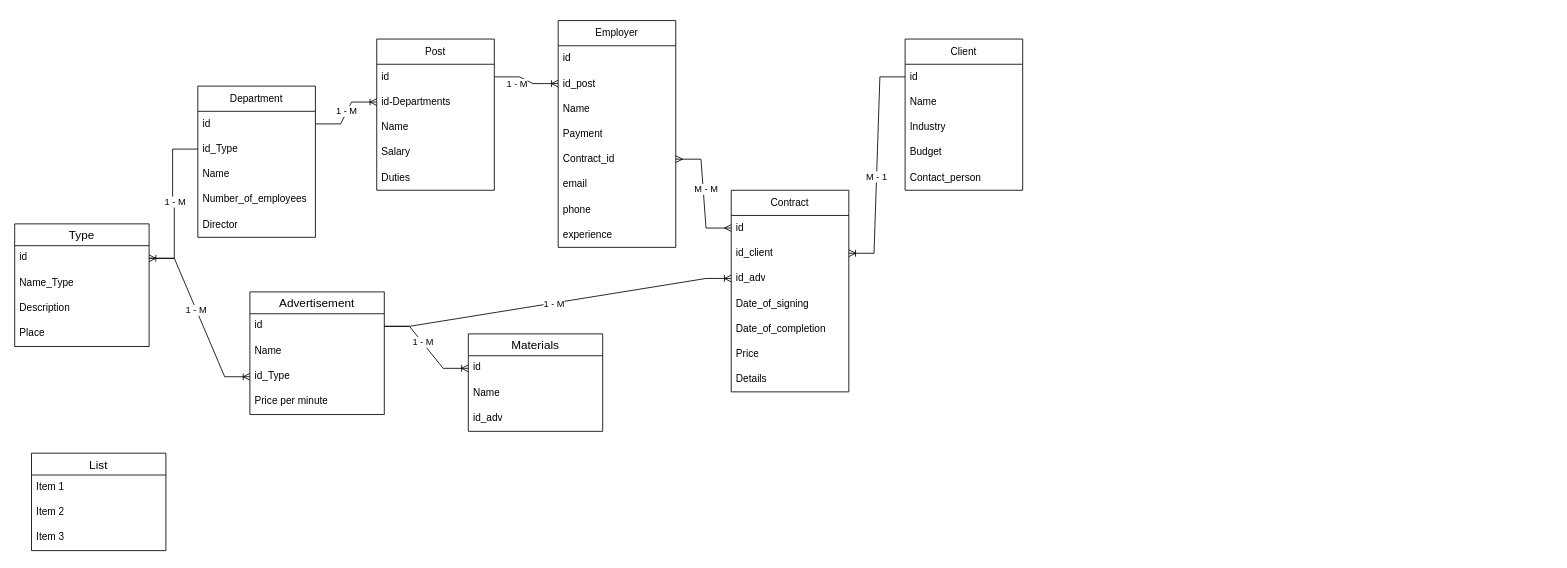
Before: Рекламное агентство.drawio in Aazmandiuc/DataBases, a draw.io diagram. Source tidied: cells renumbered, new cells numbered last; positions are measured from the earlier drawing's top-left corner, leaving out a move shared by most shapes. Both pictures are drawn from the tidied source at 84%, with x=0, y=0 at pixel (14, 20).
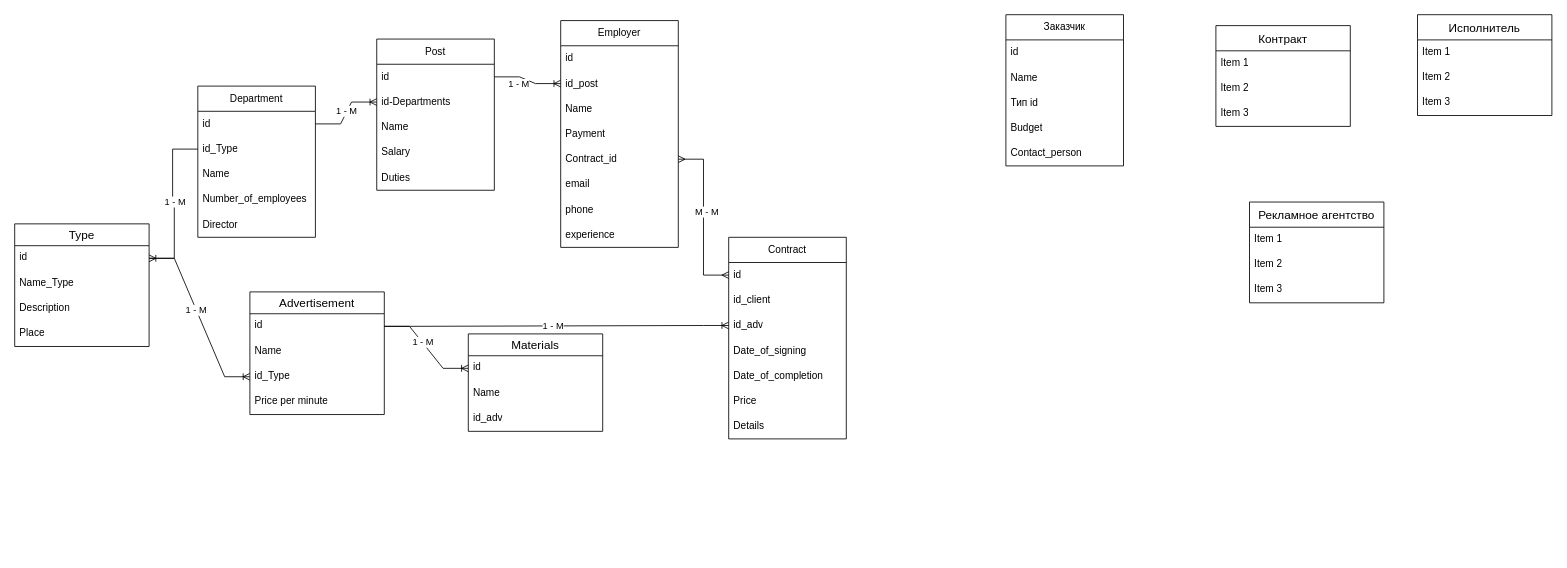
Above is the later version.

The change refers to these unchanged cells:
```xml
<mxCell id="16" value="id_client" style="text;strokeColor=none;fillColor=none;align=left;verticalAlign=middle;spacingLeft=4;spacingRight=4;overflow=hidden;points=[[0,0.5],[1,0.5]];portConstraint=eastwest;whiteSpace=wrap;html=1;" parent="14" vertex="1">
  <mxGeometry y="60" width="140" height="30" as="geometry" />
</mxCell>
<mxCell id="23" value="id" style="text;strokeColor=none;fillColor=none;align=left;verticalAlign=middle;spacingLeft=4;spacingRight=4;overflow=hidden;points=[[0,0.5],[1,0.5]];portConstraint=eastwest;whiteSpace=wrap;html=1;" parent="22" vertex="1">
  <mxGeometry y="30" width="140" height="30" as="geometry" />
</mxCell>
```

What changed in the source:
```diff
@@
     <mxCell id="14" value="Contract" style="swimlane;fontStyle=0;horizontal=1;startSize=30;whiteSpace=wrap;html=1;" parent="1" vertex="1">
-      <mxGeometry x="853" y="202" width="140" height="240" as="geometry" />
+      <mxGeometry x="850" y="258" width="140" height="240" as="geometry" />
     </mxCell>
@@
-    <mxCell id="22" value="Client" style="swimlane;fontStyle=0;horizontal=1;startSize=30;whiteSpace=wrap;html=1;rounded=0;swimlaneLine=1;glass=0;shadow=0;noLabel=0;direction=east;fixDash=0;absoluteArcSize=0;" parent="1" vertex="1">
-      <mxGeometry x="1060" y="22" width="140" height="180" as="geometry" />
+    <mxCell id="22" value="Заказчик" style="swimlane;fontStyle=0;horizontal=1;startSize=30;whiteSpace=wrap;html=1;rounded=0;swimlaneLine=1;glass=0;shadow=0;noLabel=0;direction=east;fixDash=0;absoluteArcSize=0;" parent="1" vertex="1">
+      <mxGeometry x="1180" y="-7" width="140" height="180" as="geometry" />
     </mxCell>
@@
-    <mxCell id="25" value="Industry" style="text;strokeColor=none;fillColor=none;align=left;verticalAlign=middle;spacingLeft=4;spacingRight=4;overflow=hidden;whiteSpace=wrap;html=1;" parent="22" vertex="1">
+    <mxCell id="25" value="Тип id" style="text;strokeColor=none;fillColor=none;align=left;verticalAlign=middle;spacingLeft=4;spacingRight=4;overflow=hidden;whiteSpace=wrap;html=1;" parent="22" vertex="1">
       <mxGeometry y="90" width="140" height="30" as="geometry" />
     </mxCell>
@@
     <mxCell id="28" value="Employer" style="swimlane;fontStyle=0;horizontal=1;startSize=30;whiteSpace=wrap;html=1;rounded=0;swimlaneLine=1;glass=0;shadow=0;noLabel=0;direction=east;fixDash=0;absoluteArcSize=0;" parent="1" vertex="1">
-      <mxGeometry x="647" width="140" height="270" as="geometry" />
+      <mxGeometry x="650" width="140" height="270" as="geometry" />
     </mxCell>
@@
-    <mxCell id="41" style="edgeStyle=entityRelationEdgeStyle;fontSize=12;html=1;endArrow=ERoneToMany;rounded=0;exitX=0;exitY=0.5;exitDx=0;exitDy=0;entryX=1;entryY=0.5;entryDx=0;entryDy=0;" parent="1" edge="1" source="23" target="16">
-      <mxGeometry relative="1" as="geometry" />
-    </mxCell>
-    <mxCell id="42" value="М - 1" style="edgeLabel;html=1;align=center;verticalAlign=middle;" parent="41" vertex="1">
-      <mxGeometry x="0.1" relative="1" as="geometry">
-        <mxPoint x="-1" as="offset" />
-      </mxGeometry>
-    </mxCell>
@@
-    <mxCell id="67" value="List" style="swimlane;fontStyle=0;horizontal=1;startSize=26;align=center;fontSize=14;" parent="1" vertex="1">
-      <mxGeometry x="20" y="515" width="160" height="116" as="geometry" />
+    <mxCell id="67" value="Исполнитель" style="swimlane;fontStyle=0;horizontal=1;startSize=30;align=center;fontSize=14;" parent="1" vertex="1">
+      <mxGeometry x="1670" y="-7" width="160" height="120" as="geometry" />
     </mxCell>
     <mxCell id="68" value="Item 1" style="text;strokeColor=none;fillColor=none;spacingLeft=4;spacingRight=4;overflow=hidden;fontSize=12;whiteSpace=wrap;html=1;" parent="67" vertex="1">
-      <mxGeometry y="26" width="160" height="30" as="geometry" />
+      <mxGeometry y="30" width="160" height="30" as="geometry" />
     </mxCell>
     <mxCell id="69" value="Item 2" style="text;strokeColor=none;fillColor=none;spacingLeft=4;spacingRight=4;overflow=hidden;fontSize=12;whiteSpace=wrap;html=1;" parent="67" vertex="1">
-      <mxGeometry y="56" width="160" height="30" as="geometry" />
+      <mxGeometry y="60" width="160" height="30" as="geometry" />
     </mxCell>
     <mxCell id="70" value="Item 3" style="text;strokeColor=none;fillColor=none;spacingLeft=4;spacingRight=4;overflow=hidden;fontSize=12;whiteSpace=wrap;html=1;" parent="67" vertex="1">
-      <mxGeometry y="86" width="160" height="30" as="geometry" />
+      <mxGeometry y="90" width="160" height="30" as="geometry" />
     </mxCell>
+    <mxCell id="71" value="Контракт" style="swimlane;fontStyle=0;horizontal=1;startSize=30;align=center;fontSize=14;" parent="1" vertex="1">
+      <mxGeometry x="1430" y="6" width="160" height="120" as="geometry" />
+    </mxCell>
+    <mxCell id="72" value="Item 1" style="text;strokeColor=none;fillColor=none;spacingLeft=4;spacingRight=4;overflow=hidden;fontSize=12;whiteSpace=wrap;html=1;" parent="71" vertex="1">
+      <mxGeometry y="30" width="160" height="30" as="geometry" />
+    </mxCell>
+    <mxCell id="73" value="Item 2" style="text;strokeColor=none;fillColor=none;spacingLeft=4;spacingRight=4;overflow=hidden;fontSize=12;whiteSpace=wrap;html=1;" parent="71" vertex="1">
+      <mxGeometry y="60" width="160" height="30" as="geometry" />
+    </mxCell>
+    <mxCell id="74" value="Item 3" style="text;strokeColor=none;fillColor=none;spacingLeft=4;spacingRight=4;overflow=hidden;fontSize=12;whiteSpace=wrap;html=1;" parent="71" vertex="1">
+      <mxGeometry y="90" width="160" height="30" as="geometry" />
+    </mxCell>
+    <mxCell id="75" value="Рекламное агентство" style="swimlane;fontStyle=0;horizontal=1;startSize=30;align=center;fontSize=14;" parent="1" vertex="1">
+      <mxGeometry x="1470" y="216" width="160" height="120" as="geometry" />
+    </mxCell>
+    <mxCell id="76" value="Item 1" style="text;strokeColor=none;fillColor=none;spacingLeft=4;spacingRight=4;overflow=hidden;fontSize=12;whiteSpace=wrap;html=1;" parent="75" vertex="1">
+      <mxGeometry y="30" width="160" height="30" as="geometry" />
+    </mxCell>
+    <mxCell id="77" value="Item 2" style="text;strokeColor=none;fillColor=none;spacingLeft=4;spacingRight=4;overflow=hidden;fontSize=12;whiteSpace=wrap;html=1;" parent="75" vertex="1">
+      <mxGeometry y="60" width="160" height="30" as="geometry" />
+    </mxCell>
+    <mxCell id="78" value="Item 3" style="text;strokeColor=none;fillColor=none;spacingLeft=4;spacingRight=4;overflow=hidden;fontSize=12;whiteSpace=wrap;html=1;" parent="75" vertex="1">
+      <mxGeometry y="90" width="160" height="30" as="geometry" />
+    </mxCell>
```
